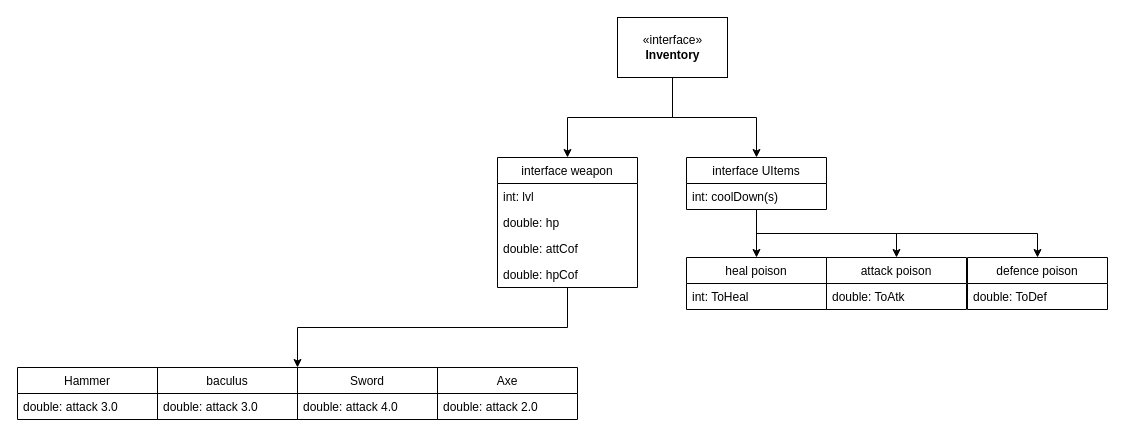
Above: page "Inventory(weapon,UItems)" (2 of 3) of src/plan/projectDiagram.drawio in vfedychkanych/MyPlayProj (draw.io), before the change. Source tidied: cells renumbered, new cells numbered last; positions are measured from the earlier drawing's top-left corner, leaving out a move shared by most shapes. Both pictures are drawn from the tidied source at 100%, with x=0, y=0 at pixel (17, 17).
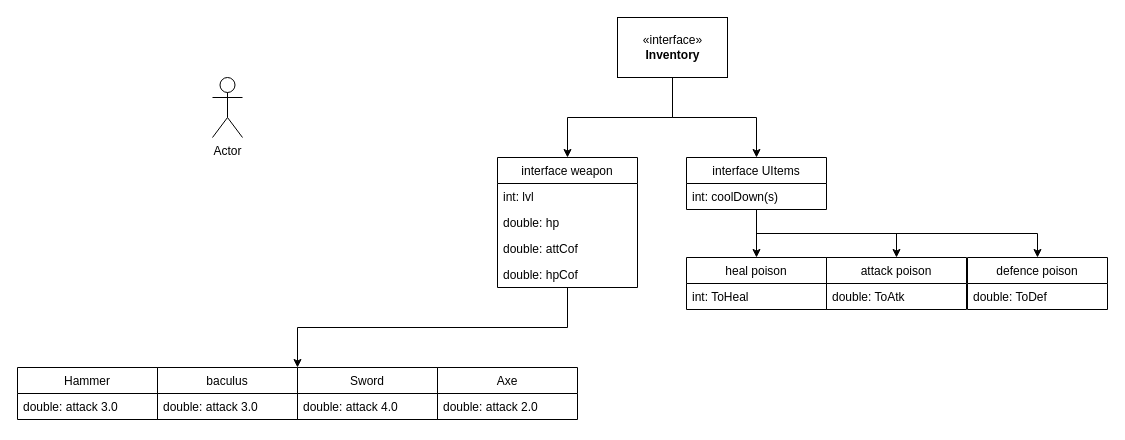
After the change.

What changed in the source:
```diff
@@
+    <mxCell id="30" value="Actor" style="shape=umlActor;verticalLabelPosition=bottom;verticalAlign=top;html=1;" parent="1" vertex="1">
+      <mxGeometry x="195" y="60" width="30" height="60" as="geometry" />
+    </mxCell>
```
